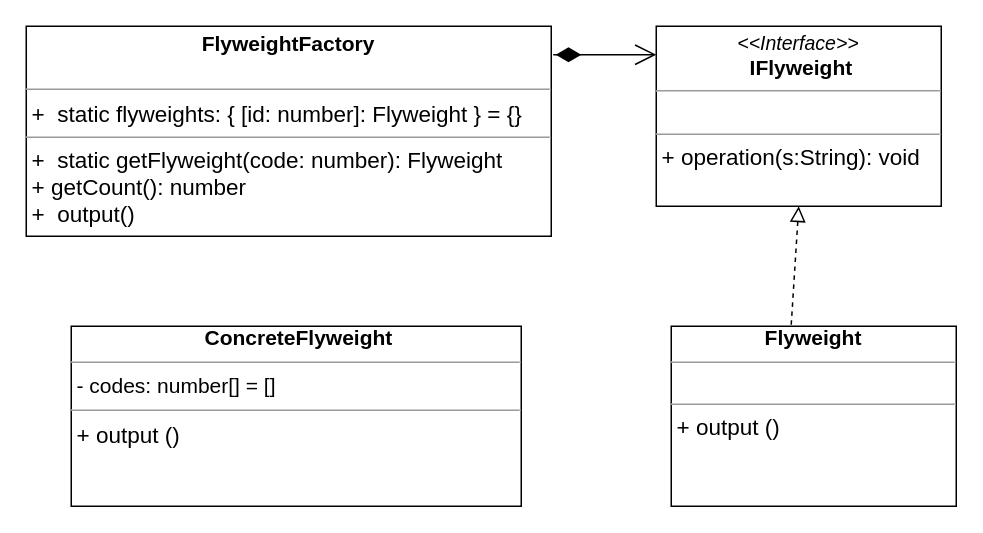
MaksShadows/Patterns keeps this draw.io diagram as structural/flyweight/flyweight.drawio. Above is the earlier version. Source tidied: cells renumbered, new cells numbered last; positions are measured from the earlier drawing's top-left corner, leaving out a move shared by most shapes. Both pictures are drawn from the tidied source at 150%, with x=0, y=0 at pixel (26, 26).
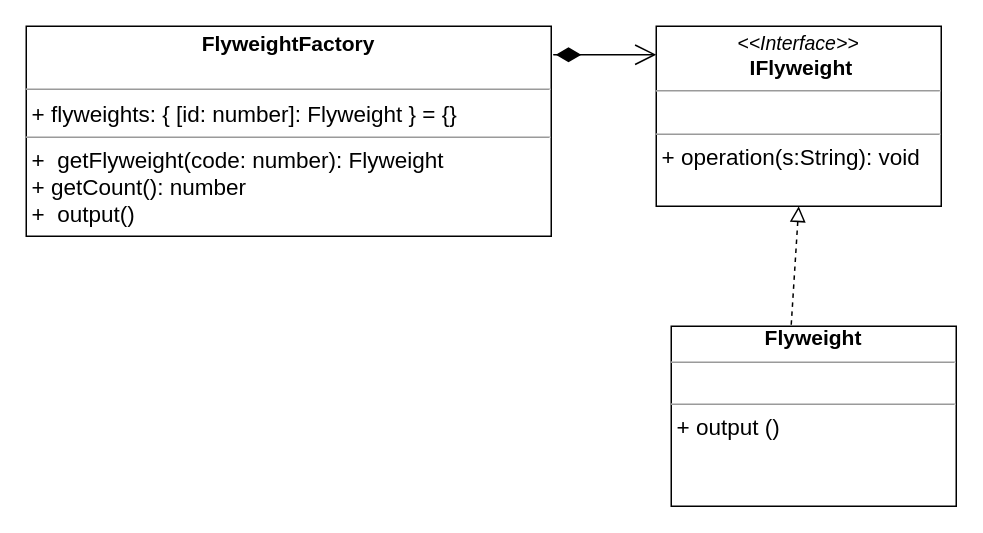
After the change.

The edit, as a diff of the source:
```diff
@@
 <mxGraphModel>
   <root>
     <mxCell id="0" />
     <mxCell id="1" parent="0" />
     <mxCell id="2" style="endArrow=open;html=1;endSize=12;startArrow=diamondThin;startSize=14;startFill=1;edgeStyle=orthogonalEdgeStyle;align=left;verticalAlign=bottom;entryX=0;entryY=0.158;entryDx=0;entryDy=0;entryPerimeter=0;" parent="1" edge="1" target="3">
       <mxGeometry x="-0.75" y="40" relative="1" as="geometry">
         <mxPoint x="370" y="19" as="sourcePoint" />
         <Array as="points">
           <mxPoint x="350" y="19" />
           <mxPoint x="350" y="19" />
         </Array>
       </mxGeometry>
     </mxCell>
     <mxCell id="3" value="&lt;p style=&quot;margin: 4px 0px 0px ; text-align: center&quot;&gt;&lt;i style=&quot;font-size: 13px&quot;&gt;&amp;lt;&amp;lt;Interface&amp;gt;&amp;gt;&lt;/i&gt;&lt;br&gt;&lt;span style=&quot;font-size: 14px&quot;&gt;&lt;b&gt;&amp;nbsp;IFlyweight&lt;/b&gt;&lt;/span&gt;&lt;br&gt;&lt;/p&gt;&lt;hr size=&quot;1&quot; style=&quot;font-size: 14px&quot;&gt;&lt;p style=&quot;margin: 0px ; margin-left: 4px&quot;&gt;&lt;br&gt;&lt;/p&gt;&lt;hr size=&quot;1&quot;&gt;&lt;p style=&quot;margin: 0px 0px 0px 4px&quot;&gt;&lt;font style=&quot;font-size: 15px&quot;&gt;+ operation(s:String): void&lt;/font&gt;&lt;br&gt;&lt;/p&gt;" style="verticalAlign=top;align=left;overflow=fill;fontSize=12;fontFamily=Helvetica;html=1;" parent="1" vertex="1">
       <mxGeometry x="420" width="190" height="120" as="geometry" />
     </mxCell>
-    <mxCell id="4" value="&lt;p style=&quot;margin: 4px 0px 0px ; text-align: center&quot;&gt;&lt;b style=&quot;font-size: 14px&quot;&gt;FlyweightFactory&lt;/b&gt;&lt;/p&gt;&lt;br&gt;&lt;hr size=&quot;1&quot; style=&quot;font-size: 14px&quot;&gt;&lt;p style=&quot;margin: 0px ; margin-left: 4px&quot;&gt;&lt;span style=&quot;font-size: 15px&quot;&gt;+&amp;nbsp;&amp;nbsp;static flyweights: { [id: number]: Flyweight } = {}&lt;/span&gt;&lt;br&gt;&lt;/p&gt;&lt;hr size=&quot;1&quot;&gt;&lt;p style=&quot;margin: 0px 0px 0px 4px&quot;&gt;&lt;font style=&quot;font-size: 15px&quot;&gt;+&amp;nbsp; static getFlyweight(code: number): Flyweight&amp;nbsp;&lt;/font&gt;&lt;br&gt;&lt;/p&gt;&lt;p style=&quot;margin: 0px 0px 0px 4px&quot;&gt;&lt;font style=&quot;font-size: 15px&quot;&gt;+&amp;nbsp;getCount(): number&lt;/font&gt;&lt;/p&gt;&lt;p style=&quot;margin: 0px 0px 0px 4px&quot;&gt;&lt;font style=&quot;font-size: 15px&quot;&gt;+&amp;nbsp;&amp;nbsp;output()&lt;/font&gt;&lt;/p&gt;&lt;p style=&quot;margin: 0px 0px 0px 4px&quot;&gt;&lt;font style=&quot;font-size: 15px&quot;&gt;&lt;br&gt;&lt;/font&gt;&lt;/p&gt;" style="verticalAlign=top;align=left;overflow=fill;fontSize=12;fontFamily=Helvetica;html=1;" parent="1" vertex="1">
+    <mxCell id="4" value="&lt;p style=&quot;margin: 4px 0px 0px ; text-align: center&quot;&gt;&lt;b style=&quot;font-size: 14px&quot;&gt;FlyweightFactory&lt;/b&gt;&lt;/p&gt;&lt;br&gt;&lt;hr size=&quot;1&quot; style=&quot;font-size: 14px&quot;&gt;&lt;p style=&quot;margin: 0px ; margin-left: 4px&quot;&gt;&lt;span style=&quot;font-size: 15px&quot;&gt;+ flyweights: { [id: number]: Flyweight } = {}&lt;/span&gt;&lt;br&gt;&lt;/p&gt;&lt;hr size=&quot;1&quot;&gt;&lt;p style=&quot;margin: 0px 0px 0px 4px&quot;&gt;&lt;font style=&quot;font-size: 15px&quot;&gt;+&amp;nbsp; getFlyweight(code: number): Flyweight&amp;nbsp;&lt;/font&gt;&lt;br&gt;&lt;/p&gt;&lt;p style=&quot;margin: 0px 0px 0px 4px&quot;&gt;&lt;font style=&quot;font-size: 15px&quot;&gt;+&amp;nbsp;getCount(): number&lt;/font&gt;&lt;/p&gt;&lt;p style=&quot;margin: 0px 0px 0px 4px&quot;&gt;&lt;font style=&quot;font-size: 15px&quot;&gt;+&amp;nbsp;&amp;nbsp;output()&lt;/font&gt;&lt;/p&gt;&lt;p style=&quot;margin: 0px 0px 0px 4px&quot;&gt;&lt;font style=&quot;font-size: 15px&quot;&gt;&lt;br&gt;&lt;/font&gt;&lt;/p&gt;" style="verticalAlign=top;align=left;overflow=fill;fontSize=12;fontFamily=Helvetica;html=1;" parent="1" vertex="1">
       <mxGeometry width="350" height="140" as="geometry" />
     </mxCell>
     <mxCell id="5" value="&lt;div style=&quot;text-align: center&quot;&gt;&lt;span style=&quot;font-size: 14px&quot;&gt;&lt;b&gt;&amp;nbsp;Flyweight&lt;/b&gt;&lt;/span&gt;&lt;b style=&quot;font-size: 14px&quot;&gt;&amp;nbsp;&lt;/b&gt;&lt;/div&gt;&lt;hr size=&quot;1&quot; style=&quot;font-size: 14px&quot;&gt;&lt;p style=&quot;margin: 0px ; margin-left: 4px&quot;&gt;&lt;br&gt;&lt;/p&gt;&lt;hr size=&quot;1&quot;&gt;&lt;p style=&quot;margin: 0px 0px 0px 4px&quot;&gt;&lt;font style=&quot;font-size: 15px&quot;&gt;+ output ()&lt;/font&gt;&lt;br&gt;&lt;/p&gt;" style="verticalAlign=top;align=left;overflow=fill;fontSize=12;fontFamily=Helvetica;html=1;" parent="1" vertex="1">
       <mxGeometry x="430" y="200" width="190" height="120" as="geometry" />
     </mxCell>
     <mxCell id="6" style="endArrow=block;startArrow=none;endFill=0;startFill=0;endSize=8;html=1;verticalAlign=bottom;dashed=1;labelBackgroundColor=none;exitX=0.421;exitY=-0.008;exitDx=0;exitDy=0;exitPerimeter=0;entryX=0.5;entryY=1;entryDx=0;entryDy=0;" parent="1" edge="1" source="5" target="3">
       <mxGeometry relative="1" as="geometry" />
     </mxCell>
-    <mxCell id="7" value="&lt;div style=&quot;text-align: center&quot;&gt;&lt;b style=&quot;font-size: 14px&quot;&gt;&amp;nbsp;ConcreteFlyweight&lt;/b&gt;&lt;br&gt;&lt;/div&gt;&lt;hr size=&quot;1&quot; style=&quot;font-size: 14px&quot;&gt;&lt;p style=&quot;margin: 0px 0px 0px 4px ; font-size: 14px&quot;&gt;&lt;font style=&quot;font-size: 14px&quot;&gt;- codes: number[] = []&lt;/font&gt;&lt;/p&gt;&lt;hr size=&quot;1&quot; style=&quot;font-size: 14px&quot;&gt;&lt;p style=&quot;margin: 0px 0px 0px 4px&quot;&gt;&lt;font style=&quot;font-size: 15px&quot;&gt;+ output ()&lt;/font&gt;&lt;br&gt;&lt;/p&gt;" style="verticalAlign=top;align=left;overflow=fill;fontSize=12;fontFamily=Helvetica;html=1;" parent="1" vertex="1">
-      <mxGeometry x="30" y="200" width="300" height="120" as="geometry" />
-    </mxCell>
   </root>
 </mxGraphModel>
```
